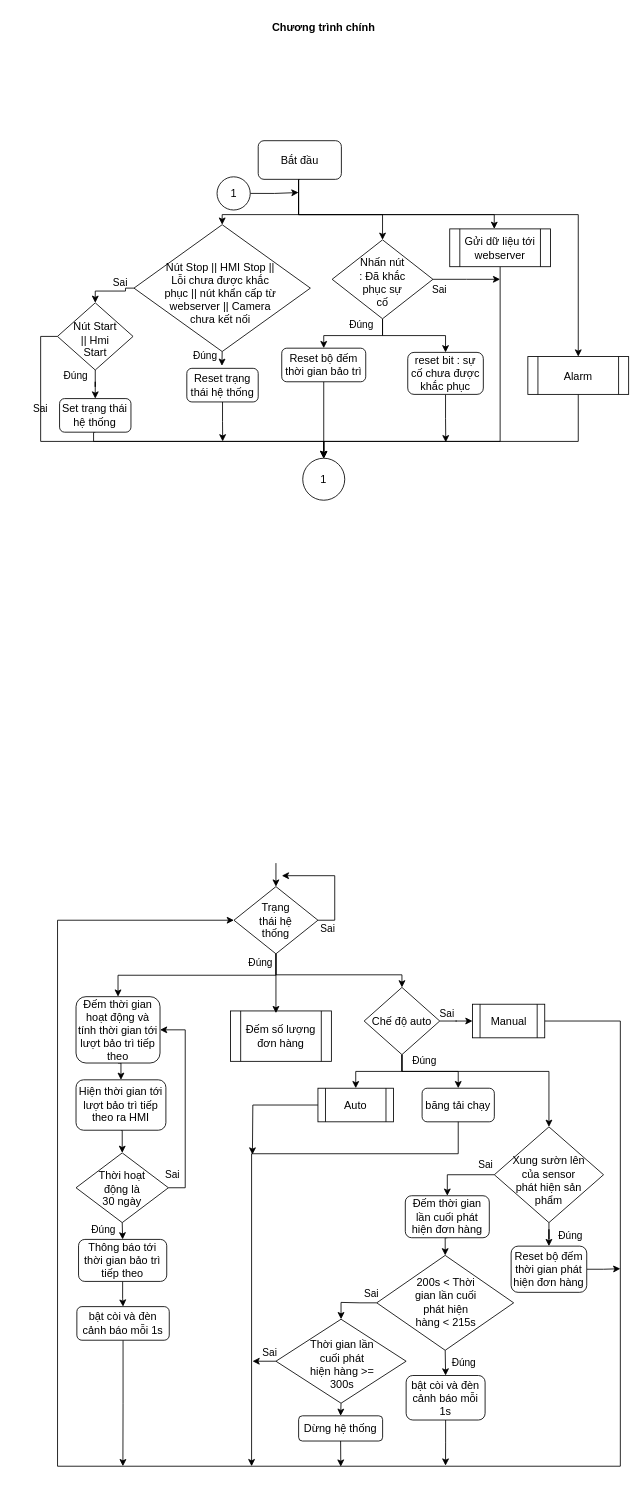
This is page "main" (1 of 5) of Algorithm_Flowchart/PLC.drawio from huudatdepzai2k3/DoAnTotNghiep2025, a draw.io file, before an edit. Source tidied: cells renumbered, new cells numbered last; positions are measured from the earlier drawing's top-left corner, leaving out a move shared by most shapes. Both pictures are drawn from the tidied source at 84%, with x=0, y=0 at pixel (15, 14).
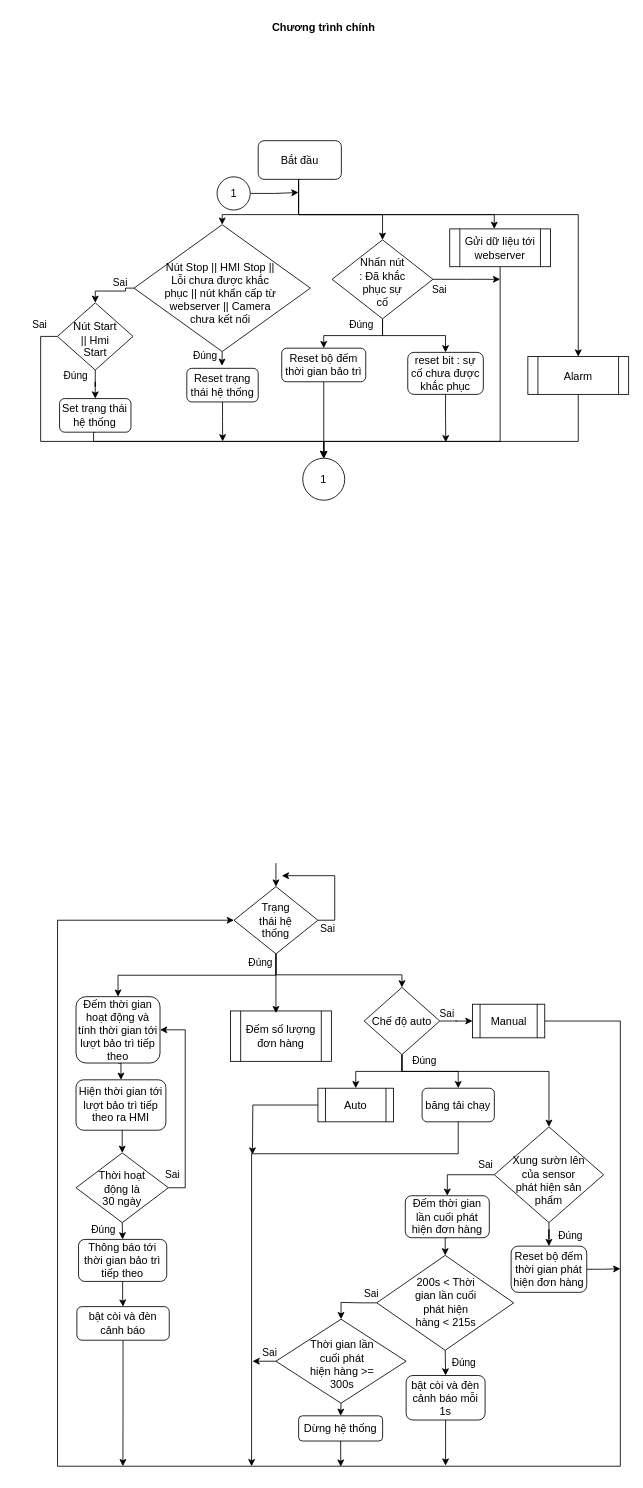
After the change.

The edit, as a diff of the source:
```diff
@@
-    <mxCell id="50" value="bật còi và đèn cảnh báo mỗi 1s" style="rounded=1;whiteSpace=wrap;html=1;fontSize=13;" parent="1" vertex="1">
+    <mxCell id="50" value="bật còi và đèn cảnh báo" style="rounded=1;whiteSpace=wrap;html=1;fontSize=13;" parent="1" vertex="1">
       <mxGeometry x="73" y="1538" width="110" height="40" as="geometry" />
     </mxCell>
@@
     <mxCell id="92" value="Sai" style="text;html=1;align=center;verticalAlign=middle;whiteSpace=wrap;rounded=0;" parent="1" vertex="1">
-      <mxGeometry y="455" width="60" height="30" as="geometry" />
+      <mxGeometry x="-1" y="355" width="60" height="30" as="geometry" />
     </mxCell>
```
